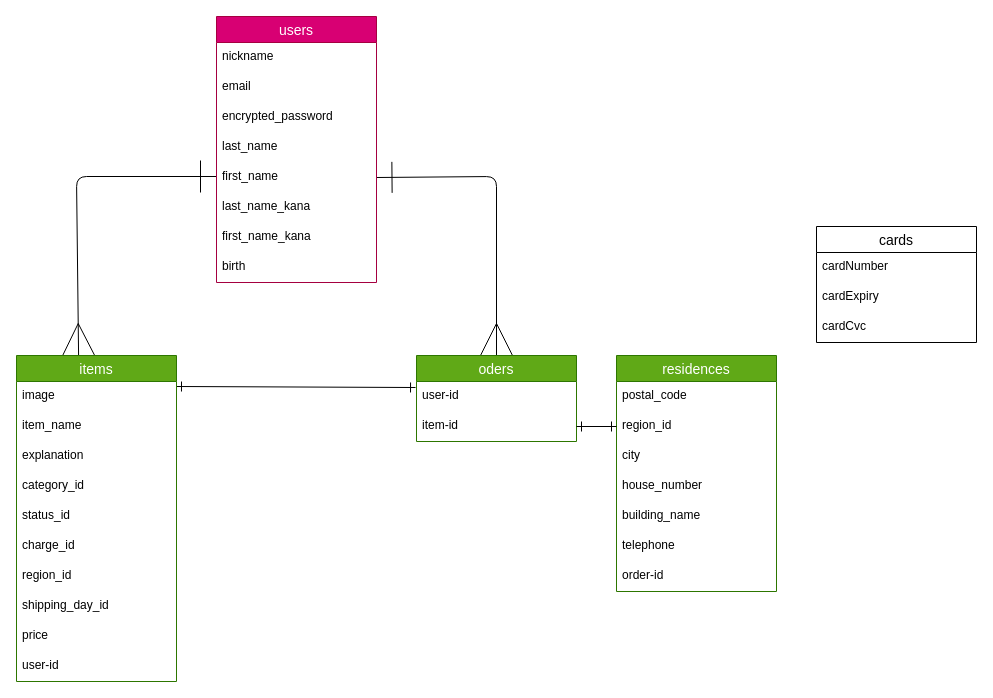
This is test.drawio from umeeee0325/furima-40270, a draw.io file, before an edit. Source tidied: cells renumbered, new cells numbered last; positions are measured from the earlier drawing's top-left corner, leaving out a move shared by most shapes. Both pictures are drawn from the tidied source at 100%, with x=0, y=0 at pixel (16, 16).
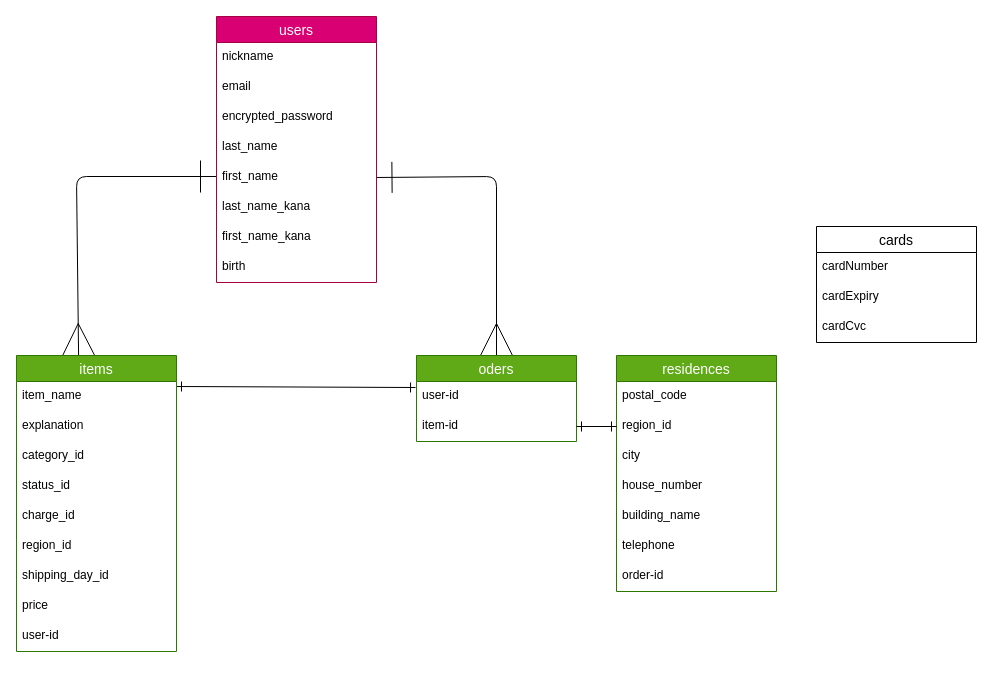
The same page after the edit.

The change refers to these unchanged cells:
```xml
<mxCell id="26" value="user-id" style="text;strokeColor=none;fillColor=none;spacingLeft=4;spacingRight=4;overflow=hidden;points=[[0,0.5],[1,0.5]];portConstraint=eastwest;fontSize=12;" parent="25" vertex="1">
  <mxGeometry y="26" width="160" height="30" as="geometry" />
</mxCell>
```

Diff of the diagram source:
```diff
@@
-    <mxCell id="13" style="edgeStyle=none;html=1;entryX=-0.006;entryY=0.2;entryDx=0;entryDy=0;entryPerimeter=0;startArrow=ERone;startFill=0;endArrow=ERone;endFill=0;startSize=8;endSize=8;sourcePerimeterSpacing=0;exitX=1;exitY=0.167;exitDx=0;exitDy=0;exitPerimeter=0;" parent="1" edge="1" source="15" target="26">
-      <mxGeometry relative="1" as="geometry" />
+    <mxCell id="13" style="edgeStyle=none;html=1;entryX=-0.006;entryY=0.2;entryDx=0;entryDy=0;entryPerimeter=0;startArrow=ERone;startFill=0;endArrow=ERone;endFill=0;startSize=8;endSize=8;sourcePerimeterSpacing=0;exitX=1;exitY=0.167;exitDx=0;exitDy=0;exitPerimeter=0;" parent="1" edge="1" target="26">
+      <mxGeometry relative="1" as="geometry">
+        <mxPoint x="160" y="370" as="sourcePoint" />
+      </mxGeometry>
     </mxCell>
     <mxCell id="14" value="items" style="swimlane;fontStyle=0;horizontal=1;startSize=26;align=center;fontSize=14;fillColor=#60a917;fontColor=#ffffff;strokeColor=#2D7600;" parent="1" vertex="1">
-      <mxGeometry y="339" width="160" height="326" as="geometry" />
+      <mxGeometry y="339" width="160" height="296" as="geometry" />
     </mxCell>
-    <mxCell id="15" value="image" style="text;strokeColor=none;fillColor=none;spacingLeft=4;spacingRight=4;overflow=hidden;points=[[0,0.5],[1,0.5]];portConstraint=eastwest;fontSize=12;" parent="14" vertex="1">
-      <mxGeometry y="26" width="160" height="30" as="geometry" />
-    </mxCell>
     <mxCell id="16" value="item_name" style="text;strokeColor=none;fillColor=none;spacingLeft=4;spacingRight=4;overflow=hidden;fontSize=12;" parent="14" vertex="1">
-      <mxGeometry y="56" width="160" height="30" as="geometry" />
+      <mxGeometry y="26" width="160" height="30" as="geometry" />
     </mxCell>
     <mxCell id="17" value="explanation" style="text;strokeColor=none;fillColor=none;spacingLeft=4;spacingRight=4;overflow=hidden;fontSize=12;" parent="14" vertex="1">
-      <mxGeometry y="86" width="160" height="30" as="geometry" />
+      <mxGeometry y="56" width="160" height="30" as="geometry" />
     </mxCell>
     <mxCell id="18" value="category_id" style="text;strokeColor=none;fillColor=none;spacingLeft=4;spacingRight=4;overflow=hidden;fontSize=12;" parent="14" vertex="1">
-      <mxGeometry y="116" width="160" height="30" as="geometry" />
+      <mxGeometry y="86" width="160" height="30" as="geometry" />
     </mxCell>
     <mxCell id="19" value="status_id" style="text;strokeColor=none;fillColor=none;spacingLeft=4;spacingRight=4;overflow=hidden;fontSize=12;" parent="14" vertex="1">
-      <mxGeometry y="146" width="160" height="30" as="geometry" />
+      <mxGeometry y="116" width="160" height="30" as="geometry" />
     </mxCell>
     <mxCell id="20" value="charge_id" style="text;strokeColor=none;fillColor=none;spacingLeft=4;spacingRight=4;overflow=hidden;fontSize=12;" parent="14" vertex="1">
-      <mxGeometry y="176" width="160" height="30" as="geometry" />
+      <mxGeometry y="146" width="160" height="30" as="geometry" />
     </mxCell>
     <mxCell id="21" value="region_id" style="text;strokeColor=none;fillColor=none;spacingLeft=4;spacingRight=4;overflow=hidden;fontSize=12;" parent="14" vertex="1">
-      <mxGeometry y="206" width="160" height="30" as="geometry" />
+      <mxGeometry y="176" width="160" height="30" as="geometry" />
     </mxCell>
     <mxCell id="22" value="shipping_day_id" style="text;strokeColor=none;fillColor=none;spacingLeft=4;spacingRight=4;overflow=hidden;fontSize=12;" parent="14" vertex="1">
-      <mxGeometry y="236" width="160" height="30" as="geometry" />
+      <mxGeometry y="206" width="160" height="30" as="geometry" />
     </mxCell>
     <mxCell id="23" value="price" style="text;strokeColor=none;fillColor=none;spacingLeft=4;spacingRight=4;overflow=hidden;fontSize=12;" parent="14" vertex="1">
-      <mxGeometry y="266" width="160" height="30" as="geometry" />
+      <mxGeometry y="236" width="160" height="30" as="geometry" />
     </mxCell>
     <mxCell id="24" value="user-id" style="text;strokeColor=none;fillColor=none;spacingLeft=4;spacingRight=4;overflow=hidden;fontSize=12;" parent="14" vertex="1">
-      <mxGeometry y="296" width="160" height="30" as="geometry" />
+      <mxGeometry y="266" width="160" height="30" as="geometry" />
     </mxCell>
```
